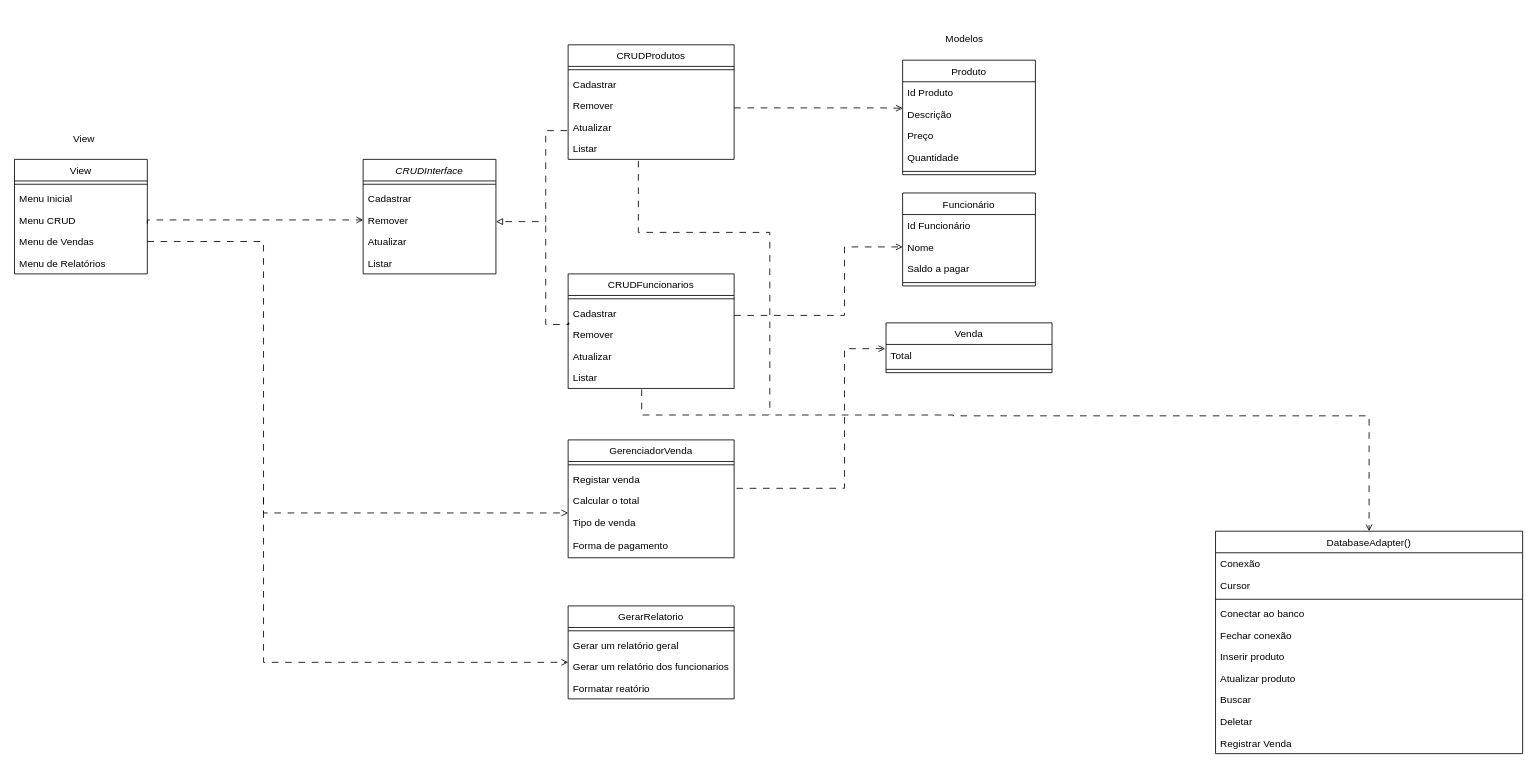
Before: docs/ModeloConceitual.drawio in belleruivo/cantina-fatore, a draw.io diagram. Source tidied: cells renumbered, new cells numbered last; positions are measured from the earlier drawing's top-left corner, leaving out a move shared by most shapes. Both pictures are drawn from the tidied source at 83%, with x=0, y=0 at pixel (14, 14).
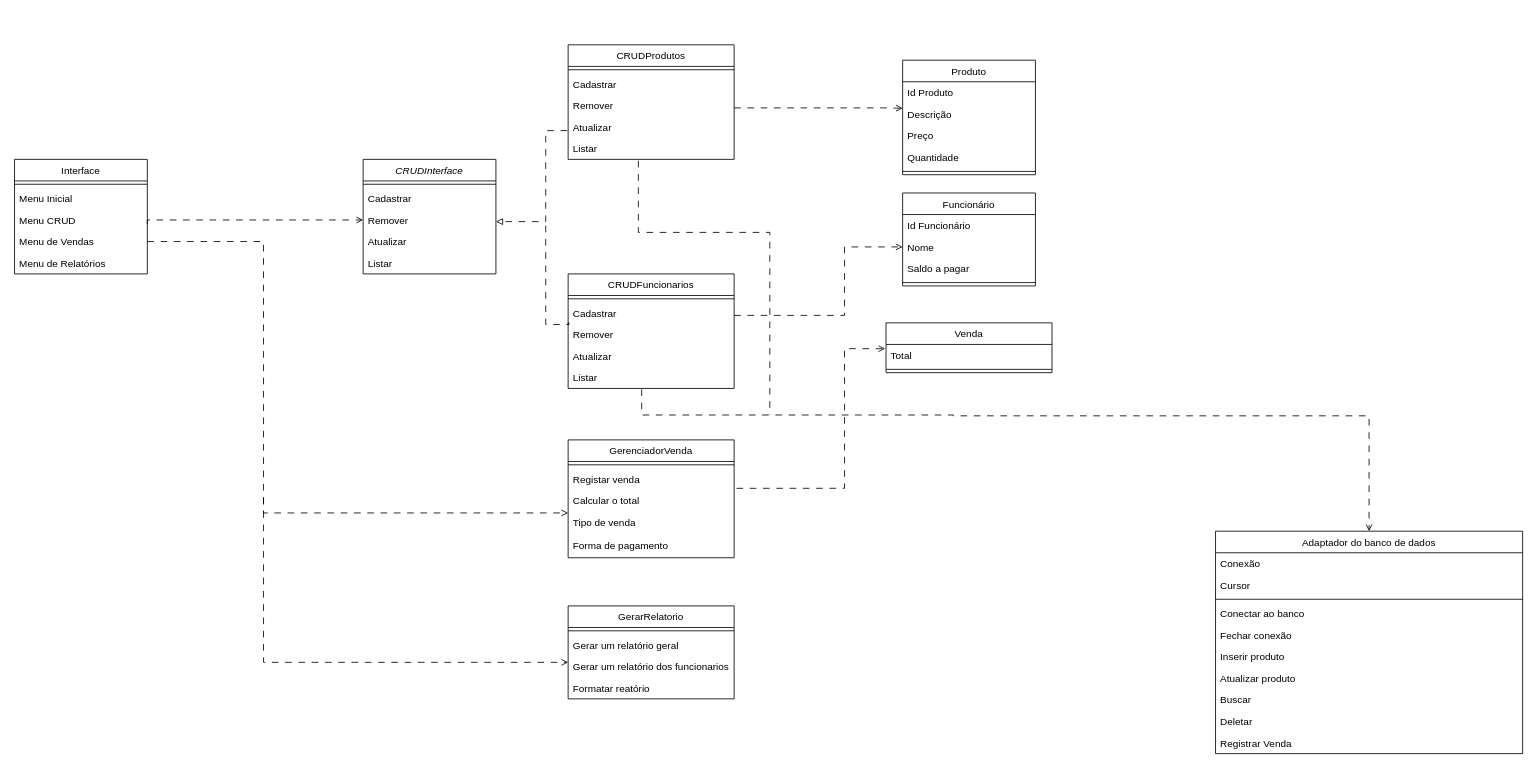
The same page after the edit.

Change to the diagram source:
```diff
@@
-    <mxCell id="13" value="View" style="swimlane;fontStyle=0;align=center;verticalAlign=top;horizontal=1;startSize=26;rounded=0;shadow=0;strokeWidth=1;" parent="1" vertex="1">
+    <mxCell id="13" value="Interface" style="swimlane;fontStyle=0;align=center;verticalAlign=top;horizontal=1;startSize=26;rounded=0;shadow=0;strokeWidth=1;" parent="1" vertex="1">
       <mxGeometry y="174.5" width="160" height="138" as="geometry" />
     </mxCell>
@@
-    <mxCell id="19" value="DatabaseAdapter()" style="swimlane;fontStyle=0;align=center;verticalAlign=top;horizontal=1;startSize=26;rounded=0;shadow=0;strokeWidth=1;" parent="1" vertex="1">
+    <mxCell id="19" value="Adaptador do banco de dados" style="swimlane;fontStyle=0;align=center;verticalAlign=top;horizontal=1;startSize=26;rounded=0;shadow=0;strokeWidth=1;" parent="1" vertex="1">
       <mxGeometry x="1447" y="622.5" width="370" height="268" as="geometry" />
     </mxCell>
@@
-    <mxCell id="40" value="View" style="text;html=1;align=left;verticalAlign=middle;whiteSpace=wrap;rounded=0;" parent="1" vertex="1">
-      <mxGeometry x="69" y="119.5" width="60" height="60" as="geometry" />
-    </mxCell>
-    <mxCell id="41" value="Modelos" style="text;html=1;align=left;verticalAlign=middle;whiteSpace=wrap;rounded=0;" parent="1" vertex="1">
-      <mxGeometry x="1120" width="60" height="60" as="geometry" />
-    </mxCell>
```
